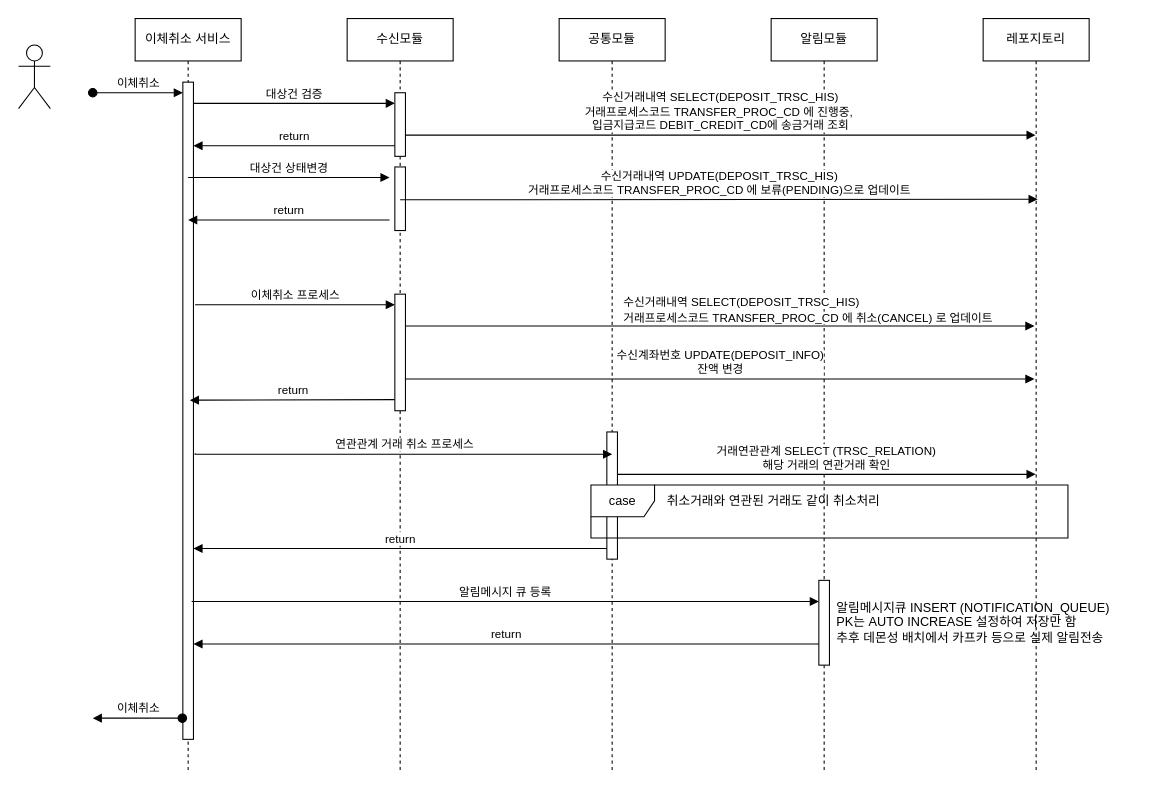
NohKeun/kakao keeps this draw.io diagram as src/main/resources/files/시퀀스다이어그램/송금취소서비스.drawio. Above is the earlier version. Source tidied: cells renumbered, new cells numbered last; positions are measured from the earlier drawing's top-left corner, leaving out a move shared by most shapes. Both pictures are drawn from the tidied source at 106%, with x=0, y=0 at pixel (18, 18).
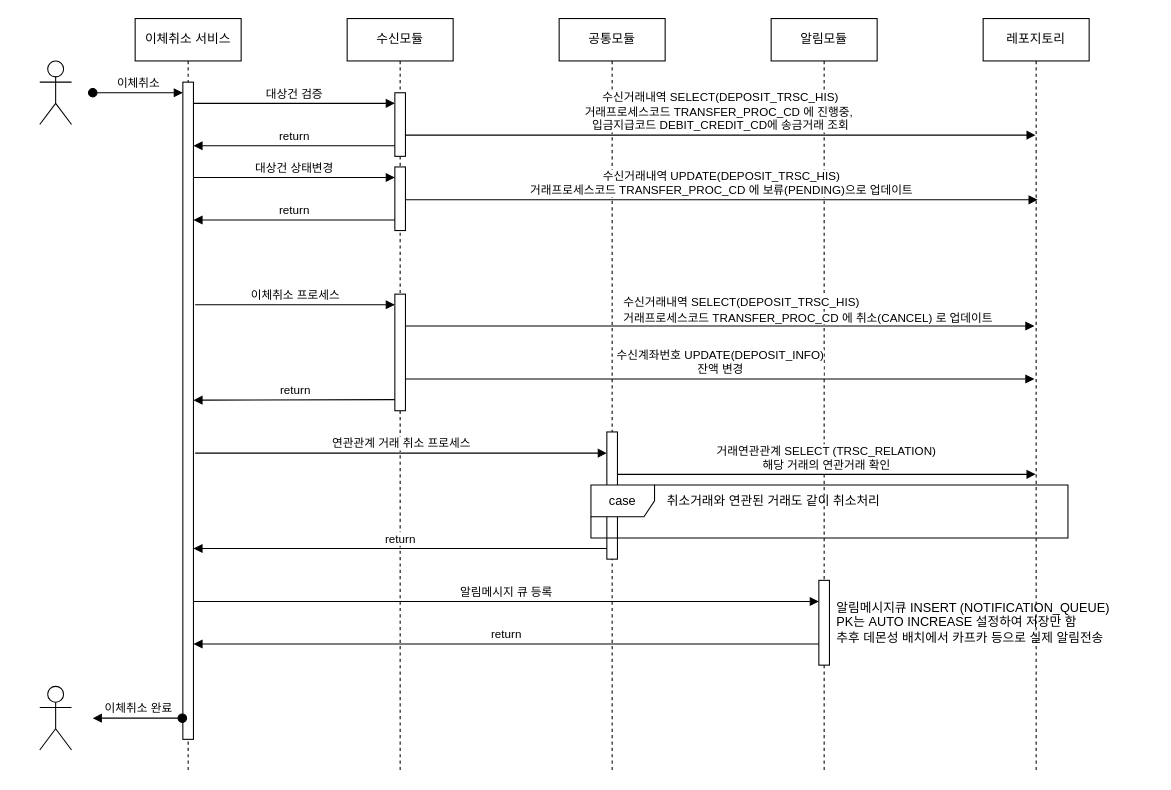
Above is the later version.

Commit message:
송금취소서비스.drawio 업데이트

The change refers to these unchanged cells:
```xml
<mxCell id="4" style="html=1;points=[];perimeter=orthogonalPerimeter;outlineConnect=0;targetShapes=umlLifeline;portConstraint=eastwest;newEdgeStyle={&quot;edgeStyle&quot;:&quot;elbowEdgeStyle&quot;,&quot;elbow&quot;:&quot;vertical&quot;,&quot;curved&quot;:0,&quot;rounded&quot;:0};" parent="3" vertex="1">
  <mxGeometry x="45" y="60" width="10" height="620" as="geometry" />
</mxCell>
<mxCell id="8" style="html=1;points=[];perimeter=orthogonalPerimeter;outlineConnect=0;targetShapes=umlLifeline;portConstraint=eastwest;newEdgeStyle={&quot;edgeStyle&quot;:&quot;elbowEdgeStyle&quot;,&quot;elbow&quot;:&quot;vertical&quot;,&quot;curved&quot;:0,&quot;rounded&quot;:0};" parent="6" vertex="1">
  <mxGeometry x="45" y="140" width="10" height="60" as="geometry" />
</mxCell>
<mxCell id="12" style="html=1;points=[];perimeter=orthogonalPerimeter;outlineConnect=0;targetShapes=umlLifeline;portConstraint=eastwest;newEdgeStyle={&quot;edgeStyle&quot;:&quot;elbowEdgeStyle&quot;,&quot;elbow&quot;:&quot;vertical&quot;,&quot;curved&quot;:0,&quot;rounded&quot;:0};" parent="11" vertex="1">
  <mxGeometry x="45" y="390" width="10" height="120" as="geometry" />
</mxCell>
<mxCell id="14" style="html=1;points=[];perimeter=orthogonalPerimeter;outlineConnect=0;targetShapes=umlLifeline;portConstraint=eastwest;newEdgeStyle={&quot;edgeStyle&quot;:&quot;elbowEdgeStyle&quot;,&quot;elbow&quot;:&quot;vertical&quot;,&quot;curved&quot;:0,&quot;rounded&quot;:0};" parent="13" vertex="1">
  <mxGeometry x="45" y="530" width="10" height="80" as="geometry" />
</mxCell>
```

Diff of the diagram source:
```diff
@@
     <mxCell id="2" style="shape=umlActor;verticalLabelPosition=bottom;verticalAlign=top;html=1;" parent="1" vertex="1">
-      <mxGeometry y="25" width="30" height="60" as="geometry" />
+      <mxGeometry x="20" y="40" width="30" height="60" as="geometry" />
     </mxCell>
@@
-    <mxCell id="18" value="return" style="html=1;verticalAlign=bottom;endArrow=block;edgeStyle=elbowEdgeStyle;elbow=vertical;curved=0;rounded=0;" parent="1" edge="1">
+    <mxCell id="18" value="return" style="html=1;verticalAlign=bottom;endArrow=block;edgeStyle=elbowEdgeStyle;elbow=vertical;curved=0;rounded=0;" parent="1" edge="1" target="4">
       <mxGeometry relative="1" as="geometry">
         <mxPoint x="355" y="359.5" as="sourcePoint" />
-        <mxPoint x="161.6" y="359.5" as="targetPoint" />
       </mxGeometry>
     </mxCell>
@@
-    <mxCell id="21" value="이체취소" style="html=1;verticalAlign=bottom;startArrow=oval;endArrow=block;startSize=8;edgeStyle=elbowEdgeStyle;elbow=vertical;curved=0;rounded=0;" parent="1" edge="1">
+    <mxCell id="21" value="이체취소 완료" style="html=1;verticalAlign=bottom;startArrow=oval;endArrow=block;startSize=8;edgeStyle=elbowEdgeStyle;elbow=vertical;curved=0;rounded=0;" parent="1" edge="1">
       <mxGeometry relative="1" as="geometry">
         <mxPoint x="154.5" y="660" as="sourcePoint" />
         <mxPoint x="70" y="660" as="targetPoint" />
       </mxGeometry>
     </mxCell>
@@
     <mxCell id="23" value="대상건 상태변경" style="html=1;verticalAlign=bottom;endArrow=block;edgeStyle=elbowEdgeStyle;elbow=vertical;curved=0;rounded=0;" parent="1" edge="1">
       <mxGeometry relative="1" as="geometry">
-        <mxPoint x="160" y="150" as="sourcePoint" />
-        <mxPoint x="350" y="150" as="targetPoint" />
+        <mxPoint x="165" y="150" as="sourcePoint" />
+        <mxPoint x="355" y="150" as="targetPoint" />
         <Array as="points">
-          <mxPoint x="285" y="150" />
+          <mxPoint x="290" y="150" />
         </Array>
       </mxGeometry>
     </mxCell>
     <mxCell id="24" value="return" style="html=1;verticalAlign=bottom;endArrow=block;edgeStyle=elbowEdgeStyle;elbow=vertical;curved=0;rounded=0;" parent="1" edge="1">
       <mxGeometry relative="1" as="geometry">
-        <mxPoint x="350" y="190" as="sourcePoint" />
-        <mxPoint x="160" y="190" as="targetPoint" />
+        <mxPoint x="355" y="190" as="sourcePoint" />
+        <mxPoint x="165" y="190" as="targetPoint" />
         <Array as="points">
-          <mxPoint x="295" y="190" />
+          <mxPoint x="300" y="190" />
         </Array>
       </mxGeometry>
     </mxCell>
-    <mxCell id="25" value="수신거래내역 UPDATE(DEPOSIT_TRSC_HIS)&lt;div&gt;거래프로세스코드 TRANSFER_PROC_CD 에 보류(PENDING)으로 업데이트&lt;/div&gt;" style="html=1;verticalAlign=bottom;endArrow=block;edgeStyle=elbowEdgeStyle;elbow=vertical;curved=0;rounded=0;" parent="1" edge="1">
+    <mxCell id="25" value="수신거래내역 UPDATE(DEPOSIT_TRSC_HIS)&lt;div&gt;거래프로세스코드 TRANSFER_PROC_CD 에 보류(PENDING)으로 업데이트&lt;/div&gt;" style="html=1;verticalAlign=bottom;endArrow=block;edgeStyle=elbowEdgeStyle;elbow=vertical;curved=0;rounded=0;" parent="1" edge="1" source="8">
       <mxGeometry relative="1" as="geometry">
-        <mxPoint x="360" y="171" as="sourcePoint" />
         <mxPoint x="961.4" y="170.5" as="targetPoint" />
-        <Array as="points">
-          <mxPoint x="481.4" y="170.5" />
-          <mxPoint x="506.4" y="160" />
-        </Array>
       </mxGeometry>
     </mxCell>
@@
-    <mxCell id="28" value="연관관계 거래 취소 프로세스" style="html=1;verticalAlign=bottom;endArrow=block;edgeStyle=elbowEdgeStyle;elbow=vertical;curved=0;rounded=0;entryX=0.5;entryY=0.182;entryDx=0;entryDy=0;entryPerimeter=0;" parent="1" edge="1" target="12">
+    <mxCell id="28" value="연관관계 거래 취소 프로세스" style="html=1;verticalAlign=bottom;endArrow=block;edgeStyle=elbowEdgeStyle;elbow=vertical;curved=0;rounded=0;" parent="1" edge="1" target="12">
       <mxGeometry relative="1" as="geometry">
         <mxPoint x="166.6" y="410" as="sourcePoint" />
       </mxGeometry>
     </mxCell>
@@
-    <mxCell id="33" value="알림메시지 큐 등록" style="html=1;verticalAlign=bottom;endArrow=block;edgeStyle=elbowEdgeStyle;elbow=vertical;curved=0;rounded=0;" parent="1" edge="1" target="14">
+    <mxCell id="33" value="알림메시지 큐 등록" style="html=1;verticalAlign=bottom;endArrow=block;edgeStyle=elbowEdgeStyle;elbow=vertical;curved=0;rounded=0;" parent="1" edge="1">
       <mxGeometry relative="1" as="geometry">
-        <mxPoint x="163.3" y="550" as="sourcePoint" />
+        <mxPoint x="165" y="550" as="sourcePoint" />
+        <mxPoint x="755" y="550" as="targetPoint" />
       </mxGeometry>
     </mxCell>
@@
+    <mxCell id="36" style="shape=umlActor;verticalLabelPosition=bottom;verticalAlign=top;html=1;" parent="1" vertex="1">
+      <mxGeometry x="20" y="630" width="30" height="60" as="geometry" />
+    </mxCell>
```
